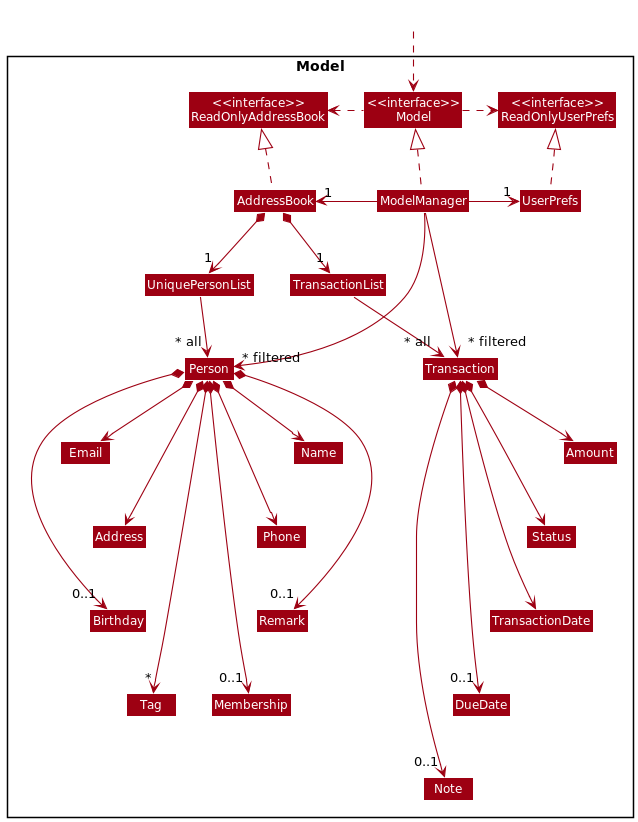
The PlantUML diagram docs/images/ModelClassDiagram.png in nus-cs2103-AY2122S2/tp, before a commit.
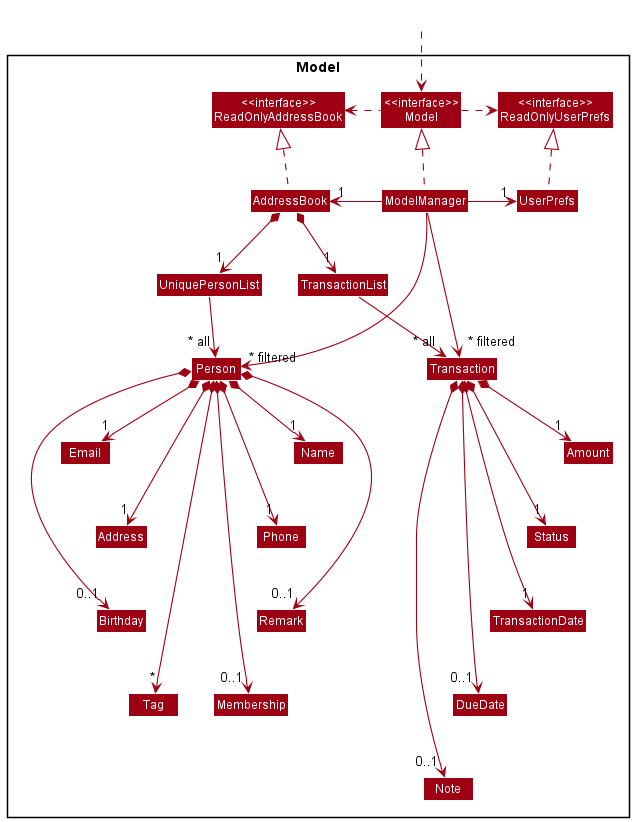
Above is the later version.

Commit message:
Change multiplicity of Model Class Diagram. Also update DG for ClearFiltered sequence diagram such that text below figure is within div.

Change to the diagram source:
```diff
@@ -53,10 +53,10 @@
 
 UniquePersonList --> "~* all" Person
 
-Person *--> Name
-Person *--> Phone
-Person *--> Email
-Person *--> Address
+Person *--> "1" Name
+Person *--> "1" Phone
+Person *--> "1" Email
+Person *--> "1" Address
 Person *--> "0..1" Remark
 Person *--> "0..1" Birthday
 Person *--> "0..1" Membership
@@ -75,9 +75,9 @@
 
 TransactionList --> "~* all" Transaction
 
-Transaction *--> Amount
-Transaction *--> Status
-Transaction *--> TransactionDate
+Transaction *--> "1" Amount
+Transaction *--> "1" Status
+Transaction *--> "1" TransactionDate
 Transaction *--> "0..1" DueDate
 Transaction *--> "0..1" Note
 
@@ -86,7 +86,6 @@
 TransactionDate -[hidden]down-> DueDate
 DueDate -[hidden]down-> Note
 
-
 ModelManager -->"~* filtered" Person
 ModelManager -->"~* filtered" Transaction
 @enduml
```
